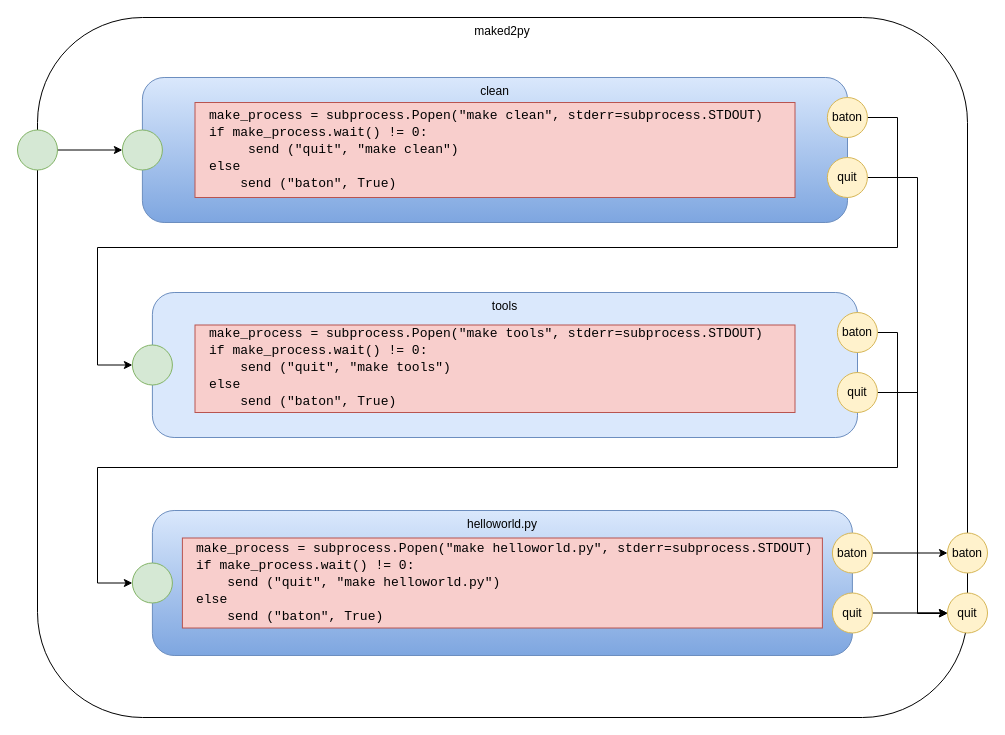
The draw.io diagram d2py.drawio in guitarvydas/das, before the edit. Source tidied: cells renumbered, new cells numbered last; positions are measured from the earlier drawing's top-left corner, leaving out a move shared by most shapes. Both pictures are drawn from the tidied source at 100%, with x=0, y=0 at pixel (17, 17).
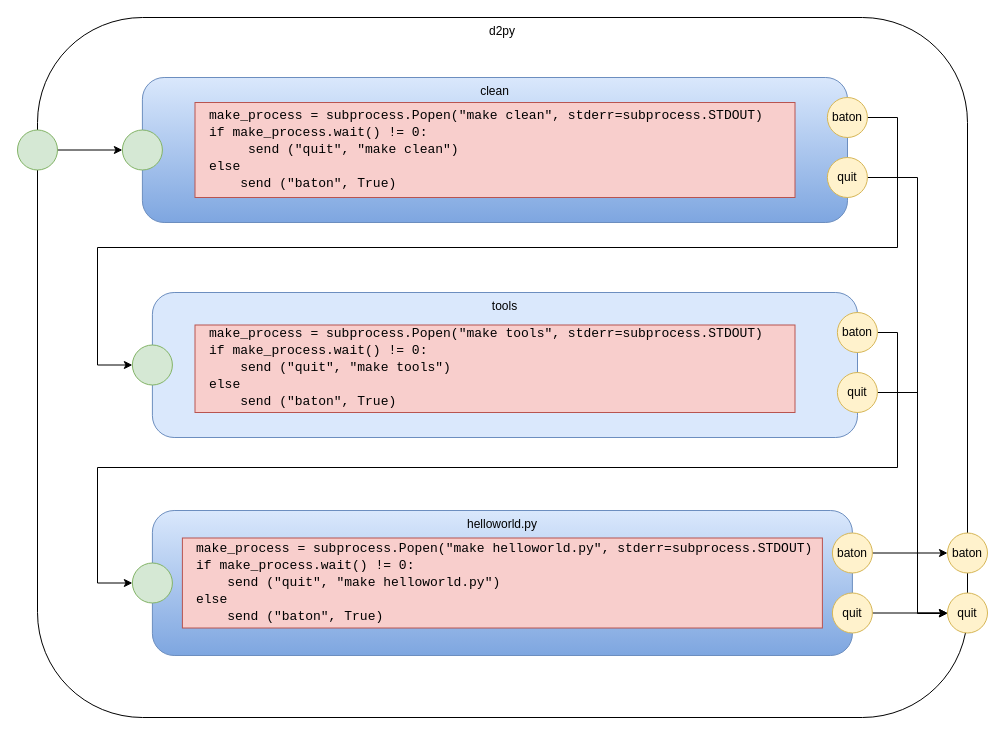
After the change.

The edit, as a diff of the source:
```diff
@@
-    <mxCell id="2" value="maked2py" style="rounded=1;whiteSpace=wrap;html=1;verticalAlign=top;" parent="1" vertex="1">
+    <mxCell id="2" value="d2py" style="rounded=1;whiteSpace=wrap;html=1;verticalAlign=top;" parent="1" vertex="1">
       <mxGeometry x="20" width="930" height="700" as="geometry" />
     </mxCell>
```
